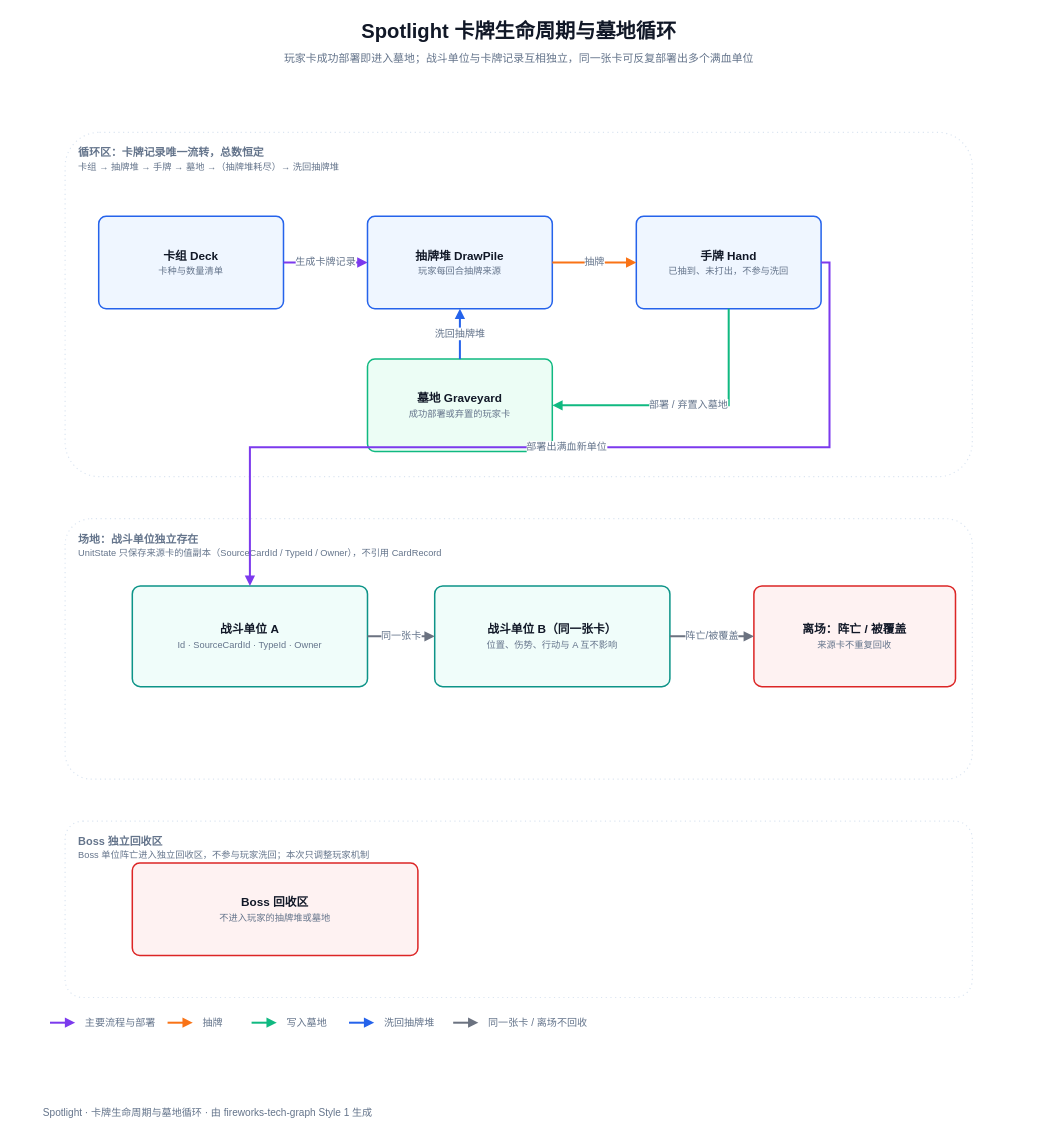
The draw.io diagram docs/diagrams/05-card-lifecycle/05-card-lifecycle.drawio in superbear1945/spotlight2026, before the edit. Source tidied: cells renumbered, new cells numbered last; positions are measured from the earlier drawing's top-left corner, leaving out a move shared by most shapes. Both pictures are drawn from the tidied source at 84%, with x=0, y=0 at pixel (14, 14).
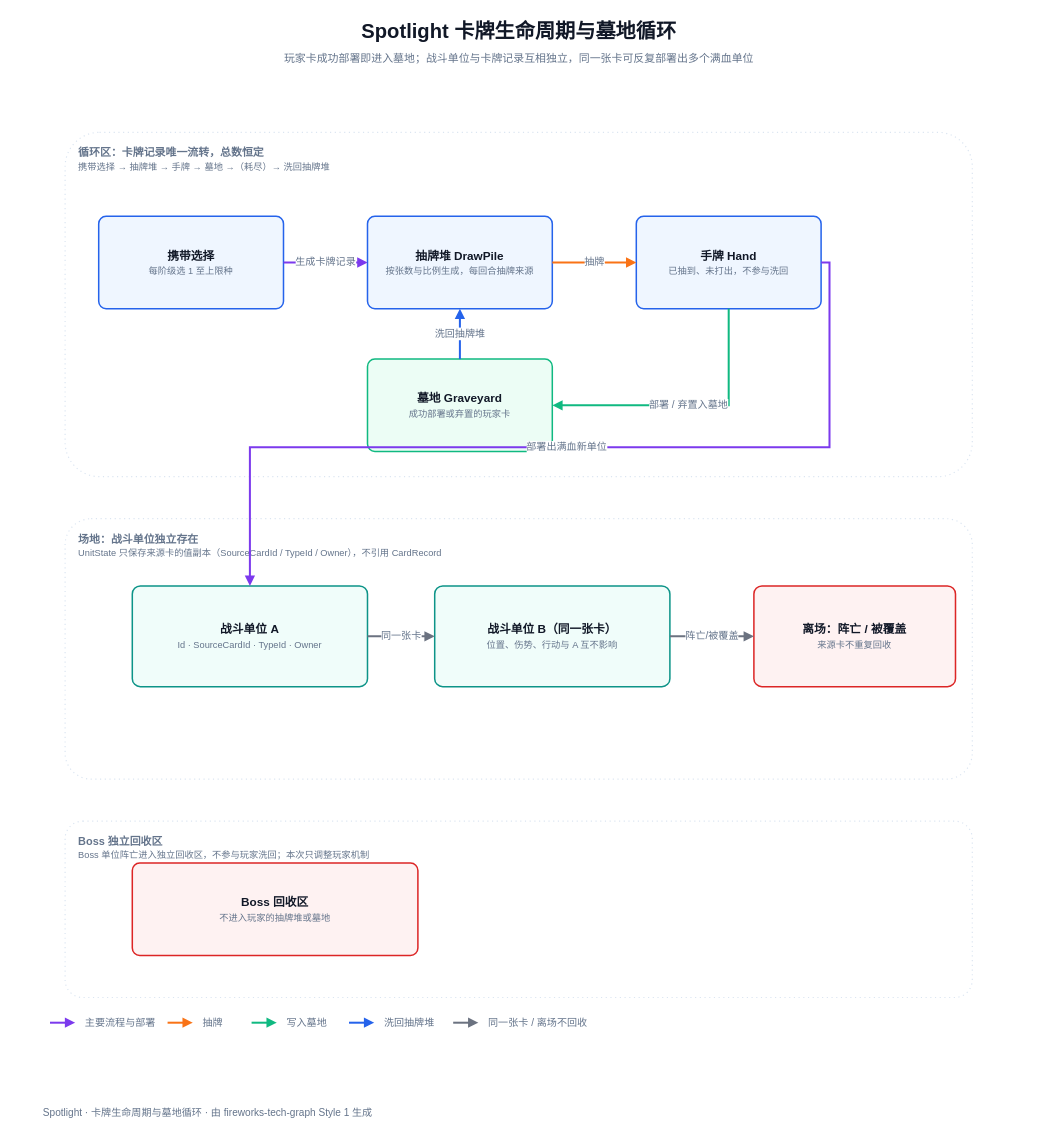
The same diagram, later.

Change to the diagram source:
```diff
@@
-    <mxCell id="2" value="&lt;b&gt;循环区：卡牌记录唯一流转，总数恒定&lt;/b&gt;&lt;br&gt;&lt;font style=&quot;font-size:11px;color:#64748b&quot;&gt;卡组 → 抽牌堆 → 手牌 → 墓地 →（抽牌堆耗尽）→ 洗回抽牌堆&lt;/font&gt;" style="rounded=1;arcSize=10;whiteSpace=wrap;html=1;fillColor=none;strokeColor=#dbe5f1;strokeWidth=1.4;dashed=1;dashPattern=1 3;verticalAlign=top;align=left;spacingLeft=14;spacingTop=10;fontColor=#64748b;fontSize=13;" parent="1" vertex="1">
+    <mxCell id="2" value="&lt;b&gt;循环区：卡牌记录唯一流转，总数恒定&lt;/b&gt;&lt;br&gt;&lt;font style=&quot;font-size:11px;color:#64748b&quot;&gt;携带选择 → 抽牌堆 → 手牌 → 墓地 →（耗尽）→ 洗回抽牌堆&lt;/font&gt;" style="rounded=1;arcSize=10;whiteSpace=wrap;html=1;fillColor=none;strokeColor=#dbe5f1;strokeWidth=1.4;dashed=1;dashPattern=1 3;verticalAlign=top;align=left;spacingLeft=14;spacingTop=10;fontColor=#64748b;fontSize=13;" parent="1" vertex="1">
       <mxGeometry x="60" y="140" width="1080" height="410" as="geometry" />
     </mxCell>
@@
-    <mxCell id="5" value="&lt;b&gt;卡组 Deck&lt;/b&gt;&lt;br&gt;&lt;font style=&quot;font-size:11px;color:#64748b&quot;&gt;卡种与数量清单&lt;/font&gt;" style="rounded=1;arcSize=8;whiteSpace=wrap;html=1;shadow=0;fillColor=#eff6ff;strokeColor=#2563eb;strokeWidth=1.8;fontColor=#111827;fontSize=14;align=center;verticalAlign=middle;" parent="1" vertex="1">
+    <mxCell id="5" value="&lt;b&gt;携带选择&lt;/b&gt;&lt;br&gt;&lt;font style=&quot;font-size:11px;color:#64748b&quot;&gt;每阶级选 1 至上限种&lt;/font&gt;" style="rounded=1;arcSize=8;whiteSpace=wrap;html=1;shadow=0;fillColor=#eff6ff;strokeColor=#2563eb;strokeWidth=1.8;fontColor=#111827;fontSize=14;align=center;verticalAlign=middle;" parent="1" vertex="1">
       <mxGeometry x="100" y="240" width="220" height="110" as="geometry" />
     </mxCell>
-    <mxCell id="6" value="&lt;b&gt;抽牌堆 DrawPile&lt;/b&gt;&lt;br&gt;&lt;font style=&quot;font-size:11px;color:#64748b&quot;&gt;玩家每回合抽牌来源&lt;/font&gt;" style="rounded=1;arcSize=8;whiteSpace=wrap;html=1;shadow=0;fillColor=#eff6ff;strokeColor=#2563eb;strokeWidth=1.8;fontColor=#111827;fontSize=14;align=center;verticalAlign=middle;" parent="1" vertex="1">
+    <mxCell id="6" value="&lt;b&gt;抽牌堆 DrawPile&lt;/b&gt;&lt;br&gt;&lt;font style=&quot;font-size:11px;color:#64748b&quot;&gt;按张数与比例生成，每回合抽牌来源&lt;/font&gt;" style="rounded=1;arcSize=8;whiteSpace=wrap;html=1;shadow=0;fillColor=#eff6ff;strokeColor=#2563eb;strokeWidth=1.8;fontColor=#111827;fontSize=14;align=center;verticalAlign=middle;" parent="1" vertex="1">
       <mxGeometry x="420" y="240" width="220" height="110" as="geometry" />
     </mxCell>
```
